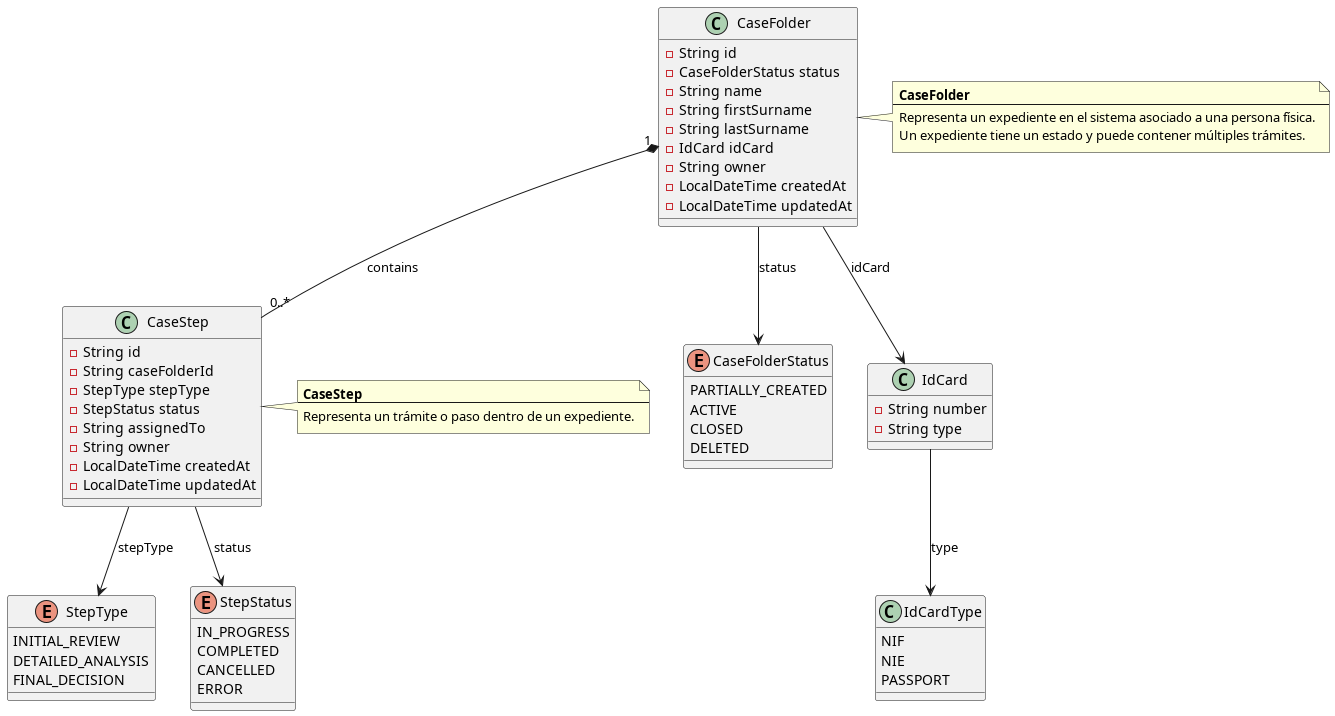
Earlier version of the PlantUML export images/domain-model.png (labcabrera/archetype-spring-cloud-stream-vertical-slice-contract-first). Source of this version:
```plantuml
@startuml domain-model

!define ENTITY class

ENTITY CaseFolder {
    - String id
    - CaseFolderStatus status
    - String name
    - String firstSurname
    - String lastSurname
    - IdCard idCard
    - String owner
    - LocalDateTime createdAt
    - LocalDateTime updatedAt
}

ENUM CaseFolderStatus {
    PARTIALLY_CREATED
    ACTIVE
    CLOSED
    DELETED
}

ENTITY IdCardType {
    NIF
    NIE
    PASSPORT
}

ENTITY IdCard {
    - String number
    - String type
}

ENTITY CaseStep {
    - String id
    - String caseFolderId
    - StepType stepType
    - StepStatus status
    - String assignedTo
    - String owner
    - LocalDateTime createdAt
    - LocalDateTime updatedAt
}

ENUM StepType {
    INITIAL_REVIEW
    DETAILED_ANALYSIS
    FINAL_DECISION
}

ENUM StepStatus {
    IN_PROGRESS
    COMPLETED
    CANCELLED
    ERROR
}

CaseFolder "1" *-- "0..*" CaseStep : contains

CaseFolder --> CaseFolderStatus : status
CaseFolder --> IdCard : idCard

IdCard --> IdCardType : type

CaseStep --> StepType : stepType
CaseStep --> StepStatus : status

note right of CaseFolder
    **CaseFolder**
    --
    Representa un expediente en el sistema asociado a una persona física.
    Un expediente tiene un estado y puede contener múltiples trámites.
end note

note right of CaseStep
    **CaseStep**
    --
    Representa un trámite o paso dentro de un expediente.
end note

@enduml
```
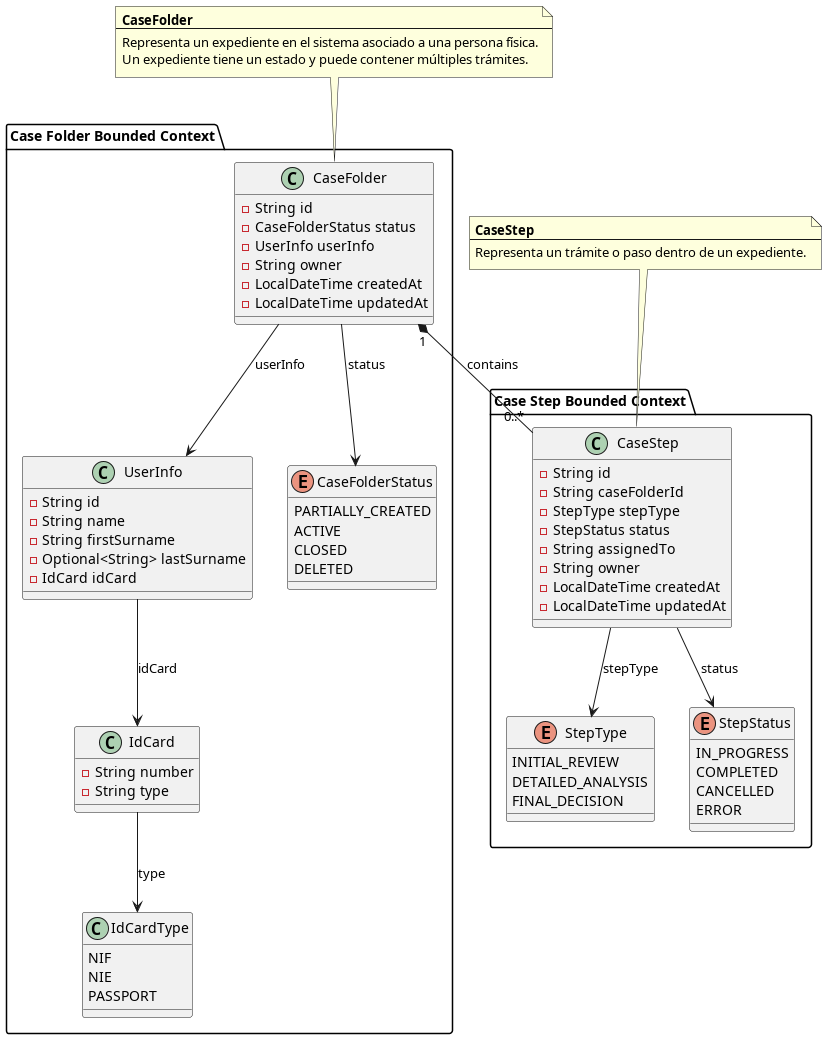
Later version of the same file.

What changed in the source:
```diff
@@ -2,78 +2,92 @@
 
 !define ENTITY class
 
-ENTITY CaseFolder {
-    - String id
-    - CaseFolderStatus status
-    - String name
-    - String firstSurname
-    - String lastSurname
-    - IdCard idCard
-    - String owner
-    - LocalDateTime createdAt
-    - LocalDateTime updatedAt
+package "Case Folder Bounded Context" as CF {
+
+    ENTITY CaseFolder {
+        - String id
+        - CaseFolderStatus status
+        - UserInfo userInfo
+        - String owner
+        - LocalDateTime createdAt
+        - LocalDateTime updatedAt
+    }
+
+    ENTITY UserInfo {
+        - String id
+        - String name
+        - String firstSurname
+        - Optional<String> lastSurname
+        - IdCard idCard
+    }
+
+    ENTITY IdCard {
+        - String number
+        - String type
+    }
+
+    ENTITY IdCardType {
+        NIF
+        NIE
+        PASSPORT
+    }
+
+    ENUM CaseFolderStatus {
+        PARTIALLY_CREATED
+        ACTIVE
+        CLOSED
+        DELETED
+    }
+
 }
 
-ENUM CaseFolderStatus {
-    PARTIALLY_CREATED
-    ACTIVE
-    CLOSED
-    DELETED
+package "Case Step Bounded Context" as CS {
+
+    ENTITY CaseStep {
+        - String id
+        - String caseFolderId
+        - StepType stepType
+        - StepStatus status
+        - String assignedTo
+        - String owner
+        - LocalDateTime createdAt
+        - LocalDateTime updatedAt
+    }
+
+    ENUM StepType {
+        INITIAL_REVIEW
+        DETAILED_ANALYSIS
+        FINAL_DECISION
+    }
+
+    ENUM StepStatus {
+        IN_PROGRESS
+        COMPLETED
+        CANCELLED
+        ERROR
+    }
+
 }
 
-ENTITY IdCardType {
-    NIF
-    NIE
-    PASSPORT
-}
+CF.CaseFolder "1" *-- "0..*" CS.CaseStep : contains
 
-ENTITY IdCard {
-    - String number
-    - String type
-}
+CF.CaseFolder --> CF.CaseFolderStatus : status
+CF.CaseFolder --> CF.UserInfo : userInfo
 
-ENTITY CaseStep {
-    - String id
-    - String caseFolderId
-    - StepType stepType
-    - StepStatus status
-    - String assignedTo
-    - String owner
-    - LocalDateTime createdAt
-    - LocalDateTime updatedAt
-}
+CF.UserInfo --> CF.IdCard : idCard
+CF.IdCard --> CF.IdCardType : type
 
-ENUM StepType {
-    INITIAL_REVIEW
-    DETAILED_ANALYSIS
-    FINAL_DECISION
-}
+CS.CaseStep --> CS.StepType : stepType
+CS.CaseStep --> CS.StepStatus : status
 
-ENUM StepStatus {
-    IN_PROGRESS
-    COMPLETED
-    CANCELLED
-    ERROR
-}
-
-CaseFolder "1" *-- "0..*" CaseStep : contains
-
-CaseFolder --> CaseFolderStatus : status
-CaseFolder --> IdCard : idCard
-
-IdCard --> IdCardType : type
-
-CaseStep --> StepType : stepType
-CaseStep --> StepStatus : status
-
-note right of CaseFolder
+note top of CF.CaseFolder
     **CaseFolder**
     --
     Representa un expediente en el sistema asociado a una persona física.
     Un expediente tiene un estado y puede contener múltiples trámites.
 end note
 
-note right of CaseStep
+note top of CS.CaseStep
     **CaseStep**
     --
     Representa un trámite o paso dentro de un expediente.
```
